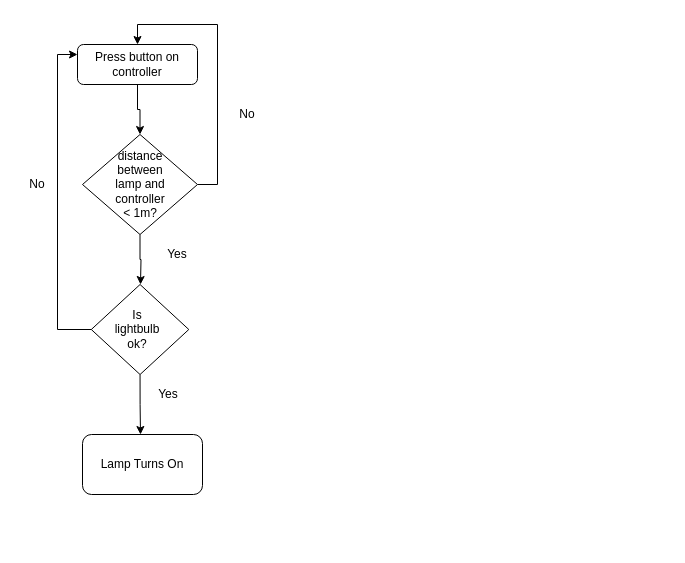
Before: SmartHomeFSM.drawio in LaMentaAzul/SmartHomeVerilog, a draw.io diagram. Source tidied: cells renumbered, new cells numbered last; positions are measured from the earlier drawing's top-left corner, leaving out a move shared by most shapes. Both pictures are drawn from the tidied source at 100%, with x=0, y=0 at pixel (17, 44).
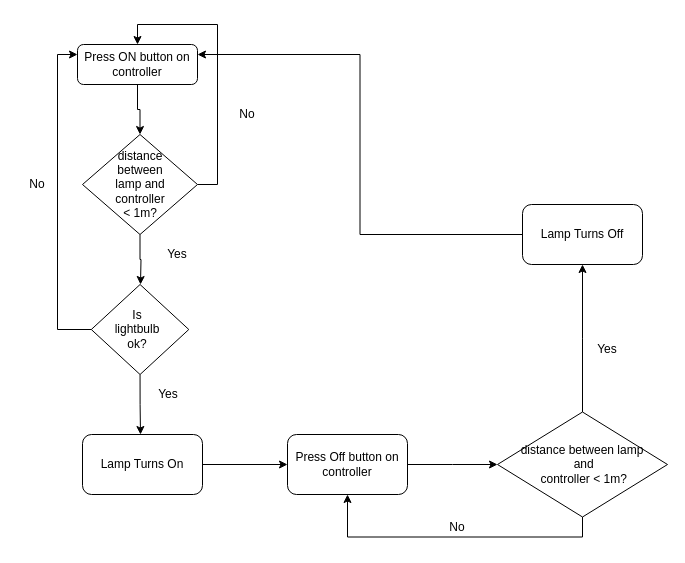
The same page after the edit.

The change refers to these unchanged cells:
```xml
<mxCell id="14" value="Lamp Turns On" style="rounded=1;whiteSpace=wrap;html=1;" parent="1" vertex="1">
  <mxGeometry x="65" y="390" width="120" height="60" as="geometry" />
</mxCell>
```

Change to the diagram source:
```diff
@@
-    <mxCell id="3" value="Press button on controller" style="rounded=1;whiteSpace=wrap;html=1;fontSize=12;glass=0;strokeWidth=1;shadow=0;" parent="1" vertex="1">
+    <mxCell id="3" value="Press ON button on controller" style="rounded=1;whiteSpace=wrap;html=1;fontSize=12;glass=0;strokeWidth=1;shadow=0;" parent="1" vertex="1">
       <mxGeometry x="60" width="120" height="40" as="geometry" />
     </mxCell>
@@
+    <mxCell id="17" style="edgeStyle=orthogonalEdgeStyle;rounded=0;jettySize=auto;html=1;exitX=1;exitY=0.5;exitDx=0;exitDy=0;entryX=0;entryY=0.5;entryDx=0;entryDy=0;" parent="1" edge="1" source="14" target="19">
+      <mxGeometry relative="1" as="geometry" />
+    </mxCell>
@@
+    <mxCell id="18" style="edgeStyle=orthogonalEdgeStyle;rounded=0;jettySize=auto;html=1;exitX=1;exitY=0.5;exitDx=0;exitDy=0;" parent="1" edge="1" source="19">
+      <mxGeometry relative="1" as="geometry">
+        <mxPoint x="480" y="420" as="targetPoint" />
+      </mxGeometry>
+    </mxCell>
+    <mxCell id="19" value="&lt;span&gt;Press Off button on controller&lt;/span&gt;" style="rounded=1;whiteSpace=wrap;html=1;" parent="1" vertex="1">
+      <mxGeometry x="270" y="390" width="120" height="60" as="geometry" />
+    </mxCell>
+    <mxCell id="20" style="edgeStyle=orthogonalEdgeStyle;rounded=0;jettySize=auto;html=1;" parent="1" edge="1" source="22">
+      <mxGeometry relative="1" as="geometry">
+        <mxPoint x="565" y="220" as="targetPoint" />
+      </mxGeometry>
+    </mxCell>
+    <mxCell id="21" style="edgeStyle=orthogonalEdgeStyle;rounded=0;jettySize=auto;html=1;exitX=0.5;exitY=1;exitDx=0;exitDy=0;entryX=0.5;entryY=1;entryDx=0;entryDy=0;" parent="1" edge="1" source="22" target="19">
+      <mxGeometry relative="1" as="geometry" />
+    </mxCell>
+    <mxCell id="22" value="&lt;span&gt;distance between lamp&lt;br&gt;&amp;nbsp;and&lt;br&gt;&amp;nbsp;controller &amp;lt; 1m?&lt;/span&gt;" style="rhombus;whiteSpace=wrap;html=1;" parent="1" vertex="1">
+      <mxGeometry x="480" y="367.5" width="170" height="105" as="geometry" />
+    </mxCell>
+    <mxCell id="23" style="edgeStyle=orthogonalEdgeStyle;rounded=0;jettySize=auto;html=1;entryX=1;entryY=0.25;entryDx=0;entryDy=0;" parent="1" edge="1" source="24" target="3">
+      <mxGeometry relative="1" as="geometry" />
+    </mxCell>
+    <mxCell id="24" value="Lamp Turns Off" style="rounded=1;whiteSpace=wrap;html=1;" parent="1" vertex="1">
+      <mxGeometry x="505" y="160" width="120" height="60" as="geometry" />
+    </mxCell>
+    <mxCell id="25" value="No" style="text;html=1;strokeColor=none;fillColor=none;align=center;verticalAlign=middle;whiteSpace=wrap;rounded=0;" parent="1" vertex="1">
+      <mxGeometry x="420" y="472.5" width="40" height="20" as="geometry" />
+    </mxCell>
+    <mxCell id="26" value="Yes" style="text;html=1;strokeColor=none;fillColor=none;align=center;verticalAlign=middle;whiteSpace=wrap;rounded=0;" parent="1" vertex="1">
+      <mxGeometry x="570" y="295" width="40" height="20" as="geometry" />
+    </mxCell>
```
